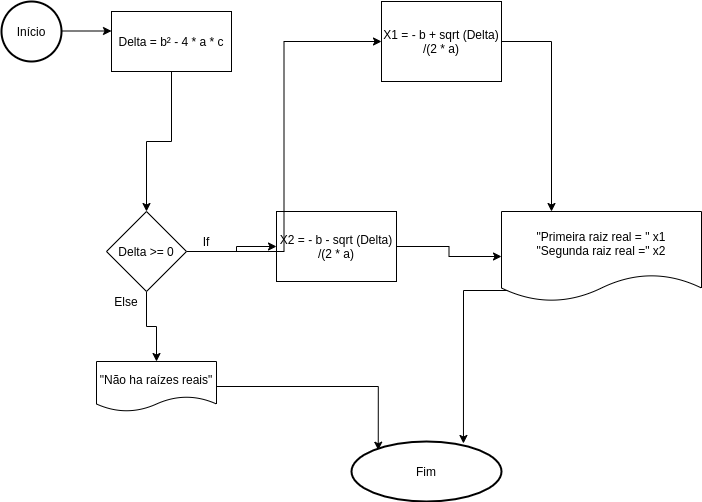
The draw.io diagram Trabalho_APC_1_(Questão 1).png in Lrlk/Trabalho-de-APC1, before a commit. Source tidied: cells renumbered, new cells last; positions are measured from the earlier drawing's top-left corner, leaving out a move shared by most shapes.
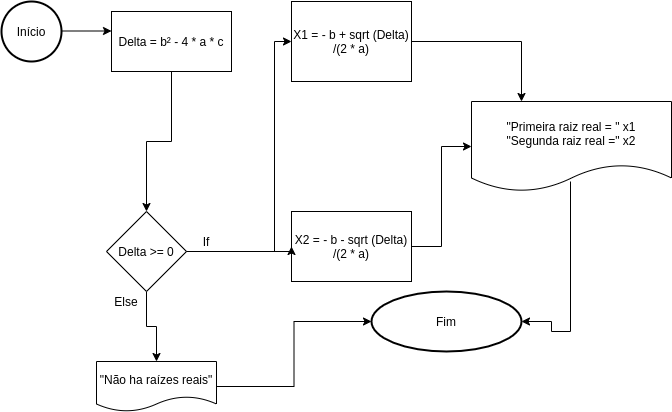
After the change.

The edit, as a diff of the source:
```diff
@@ -18,57 +18,63 @@
       <mxGeometry relative="1" as="geometry" />
     </mxCell>
     <mxCell id="6" value="X1 = - b + sqrt (Delta) /(2 * a)" style="rounded=0;whiteSpace=wrap;html=1;glass=0;" parent="1" vertex="1">
-      <mxGeometry x="380" width="120" height="80" as="geometry" />
+      <mxGeometry x="290" width="120" height="80" as="geometry" />
     </mxCell>
-    <mxCell id="7" style="edgeStyle=orthogonalEdgeStyle;rounded=0;jettySize=auto;html=1;" parent="1" edge="1" source="8" target="18">
+    <mxCell id="7" style="edgeStyle=orthogonalEdgeStyle;rounded=0;jettySize=auto;html=1;entryX=0;entryY=0.5;entryDx=0;entryDy=0;" parent="1" edge="1" source="8" target="18">
       <mxGeometry relative="1" as="geometry" />
     </mxCell>
     <mxCell id="8" value="&lt;span&gt;X2 = - b - sqrt (Delta) /(2 * a)&lt;/span&gt;" style="rounded=0;whiteSpace=wrap;html=1;glass=0;" parent="1" vertex="1">
-      <mxGeometry x="275" y="210" width="120" height="70" as="geometry" />
+      <mxGeometry x="290" y="210" width="120" height="70" as="geometry" />
     </mxCell>
+    <mxCell id="11" style="edgeStyle=orthogonalEdgeStyle;rounded=0;jettySize=auto;html=1;exitX=0.5;exitY=1;exitDx=0;exitDy=0;" parent="1" edge="1" source="12">
+      <mxGeometry relative="1" as="geometry">
+        <mxPoint x="155" y="360" as="targetPoint" />
+      </mxGeometry>
+    </mxCell>
     <mxCell id="9" style="edgeStyle=orthogonalEdgeStyle;rounded=0;jettySize=auto;html=1;exitX=1;exitY=0.5;exitDx=0;exitDy=0;entryX=0;entryY=0.5;entryDx=0;entryDy=0;" parent="1" edge="1" source="12" target="8">
       <mxGeometry relative="1" as="geometry">
         <Array as="points">
-          <mxPoint x="235" y="250" />
-          <mxPoint x="235" y="245" />
+          <mxPoint x="290" y="250" />
         </Array>
       </mxGeometry>
     </mxCell>
-    <mxCell id="10" style="edgeStyle=orthogonalEdgeStyle;rounded=0;jettySize=auto;html=1;exitX=1;exitY=0.5;exitDx=0;exitDy=0;entryX=0;entryY=0.5;entryDx=0;entryDy=0;" parent="1" edge="1" source="12" target="6">
-      <mxGeometry relative="1" as="geometry" />
-    </mxCell>
-    <mxCell id="11" style="edgeStyle=orthogonalEdgeStyle;rounded=0;jettySize=auto;html=1;exitX=0.5;exitY=1;exitDx=0;exitDy=0;" parent="1" edge="1" source="12">
-      <mxGeometry relative="1" as="geometry">
-        <mxPoint x="155" y="360" as="targetPoint" />
-      </mxGeometry>
-    </mxCell>
     <mxCell id="12" value="Delta &amp;gt;= 0" style="rhombus;whiteSpace=wrap;html=1;glass=0;" parent="1" vertex="1">
       <mxGeometry x="105" y="210" width="80" height="80" as="geometry" />
     </mxCell>
+    <mxCell id="21" style="edgeStyle=orthogonalEdgeStyle;rounded=0;jettySize=auto;html=1;exitX=0;exitY=1;exitDx=0;exitDy=0;entryX=0;entryY=0.5;entryDx=0;entryDy=0;" parent="1" edge="1" source="13" target="6">
+      <mxGeometry relative="1" as="geometry">
+        <Array as="points">
+          <mxPoint x="273" y="250" />
+          <mxPoint x="273" y="40" />
+        </Array>
+      </mxGeometry>
+    </mxCell>
     <mxCell id="13" value="If" style="text;html=1;strokeColor=none;fillColor=none;align=center;verticalAlign=middle;whiteSpace=wrap;rounded=0;glass=0;" parent="1" vertex="1">
       <mxGeometry x="185" y="230" width="40" height="20" as="geometry" />
     </mxCell>
     <mxCell id="14" value="Else" style="text;html=1;strokeColor=none;fillColor=none;align=center;verticalAlign=middle;whiteSpace=wrap;rounded=0;glass=0;" parent="1" vertex="1">
       <mxGeometry x="105" y="290" width="40" height="20" as="geometry" />
     </mxCell>
-    <mxCell id="15" style="edgeStyle=orthogonalEdgeStyle;rounded=0;jettySize=auto;html=1;entryX=0.145;entryY=0.145;entryDx=0;entryDy=0;entryPerimeter=0;" parent="1" edge="1" source="16">
-      <mxGeometry relative="1" as="geometry">
-        <mxPoint x="376.8" y="448.7" as="targetPoint" />
-      </mxGeometry>
-    </mxCell>
+    <mxCell id="22" style="edgeStyle=orthogonalEdgeStyle;rounded=0;jettySize=auto;html=1;entryX=0;entryY=0.5;entryDx=0;entryDy=0;entryPerimeter=0;" parent="1" edge="1" source="16" target="19">
+      <mxGeometry relative="1" as="geometry" />
+    </mxCell>
     <mxCell id="16" value="&quot;Não ha raízes reais&quot;" style="shape=document;whiteSpace=wrap;html=1;boundedLbl=1;glass=0;" parent="1" vertex="1">
       <mxGeometry x="95" y="360" width="120" height="50" as="geometry" />
     </mxCell>
-    <mxCell id="17" style="edgeStyle=orthogonalEdgeStyle;rounded=0;jettySize=auto;html=1;entryX=0.713;entryY=0.033;entryDx=0;entryDy=0;entryPerimeter=0;exitX=0.46;exitY=0.878;exitDx=0;exitDy=0;exitPerimeter=0;" parent="1" edge="1" source="18">
-      <mxGeometry relative="1" as="geometry">
-        <mxPoint x="462" y="442" as="targetPoint" />
-      </mxGeometry>
-    </mxCell>
+    <mxCell id="23" style="edgeStyle=orthogonalEdgeStyle;rounded=0;jettySize=auto;html=1;exitX=0.495;exitY=0.889;exitDx=0;exitDy=0;exitPerimeter=0;entryX=1;entryY=0.5;entryDx=0;entryDy=0;entryPerimeter=0;" parent="1" edge="1" source="18" target="19">
+      <mxGeometry relative="1" as="geometry">
+        <Array as="points">
+          <mxPoint x="569" y="330" />
+          <mxPoint x="550" y="330" />
+          <mxPoint x="550" y="320" />
+        </Array>
+      </mxGeometry>
+    </mxCell>
     <mxCell id="18" value="&quot;Primeira raiz real = &quot; x1&lt;br&gt;&quot;Segunda raiz real =&quot; x2" style="shape=document;whiteSpace=wrap;html=1;boundedLbl=1;glass=0;" parent="1" vertex="1">
-      <mxGeometry x="500" y="210" width="200" height="90" as="geometry" />
+      <mxGeometry x="470" y="100" width="200" height="90" as="geometry" />
     </mxCell>
     <mxCell id="19" value="Fim" style="strokeWidth=2;html=1;shape=mxgraph.flowchart.start_1;whiteSpace=wrap;glass=0;" parent="1" vertex="1">
-      <mxGeometry x="350" y="440" width="150" height="60" as="geometry" />
+      <mxGeometry x="370" y="290" width="150" height="60" as="geometry" />
     </mxCell>
     <mxCell id="20" value="Início" style="strokeWidth=2;html=1;shape=mxgraph.flowchart.start_1;whiteSpace=wrap;glass=0;" parent="1" vertex="1">
       <mxGeometry width="60" height="60" as="geometry" />
```
